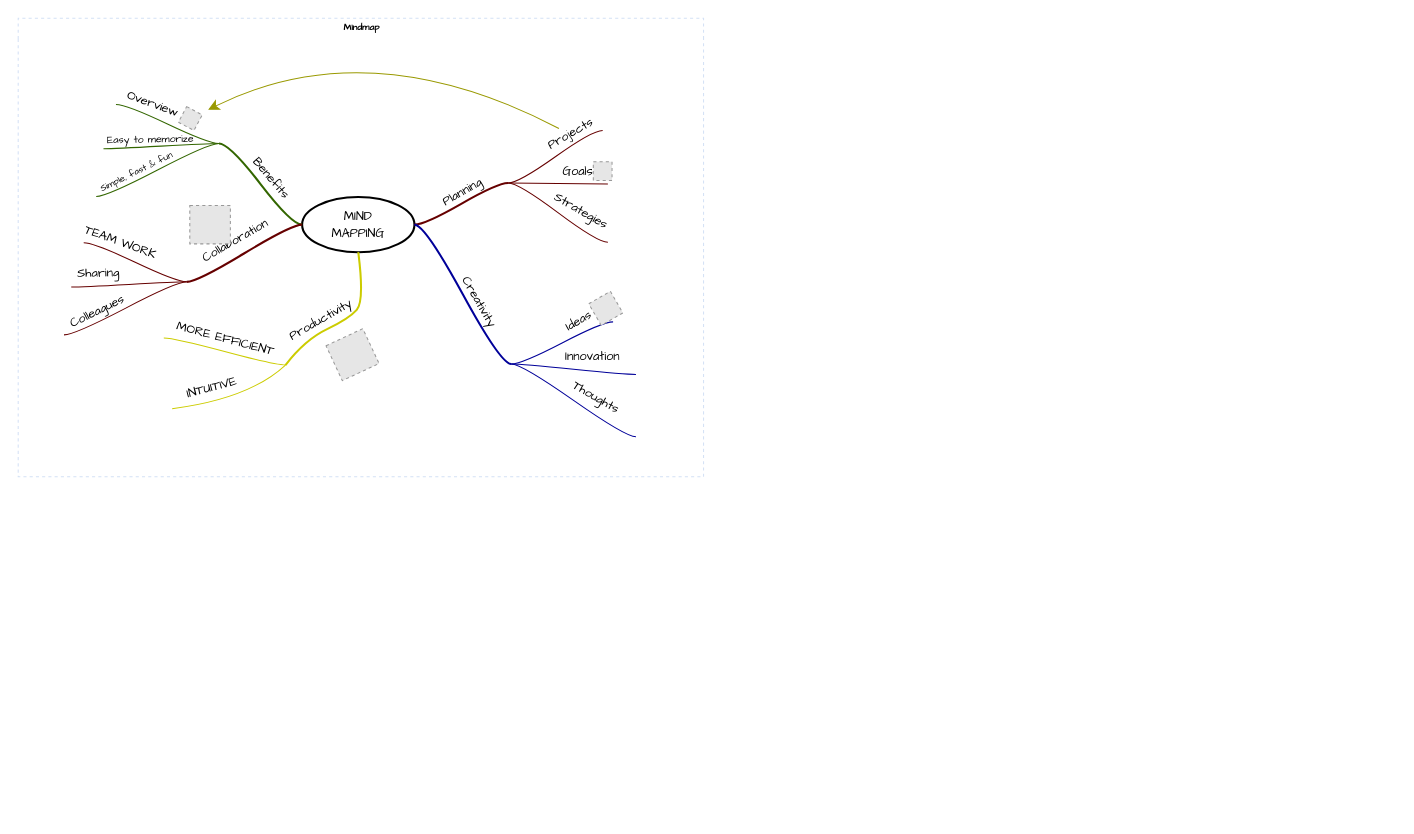
Above: 电商平台/未命名绘图.drawio in VergilMayCry/MindResource (draw.io), before the change. Source tidied: cells renumbered, new cells numbered last; positions are measured from the earlier drawing's top-left corner, leaving out a move shared by most shapes. Both pictures are drawn from the tidied source at 104%, with x=0, y=0 at pixel (18, 18). Pictures stored in the file or linked from it are replaced by grey dashed boxes.
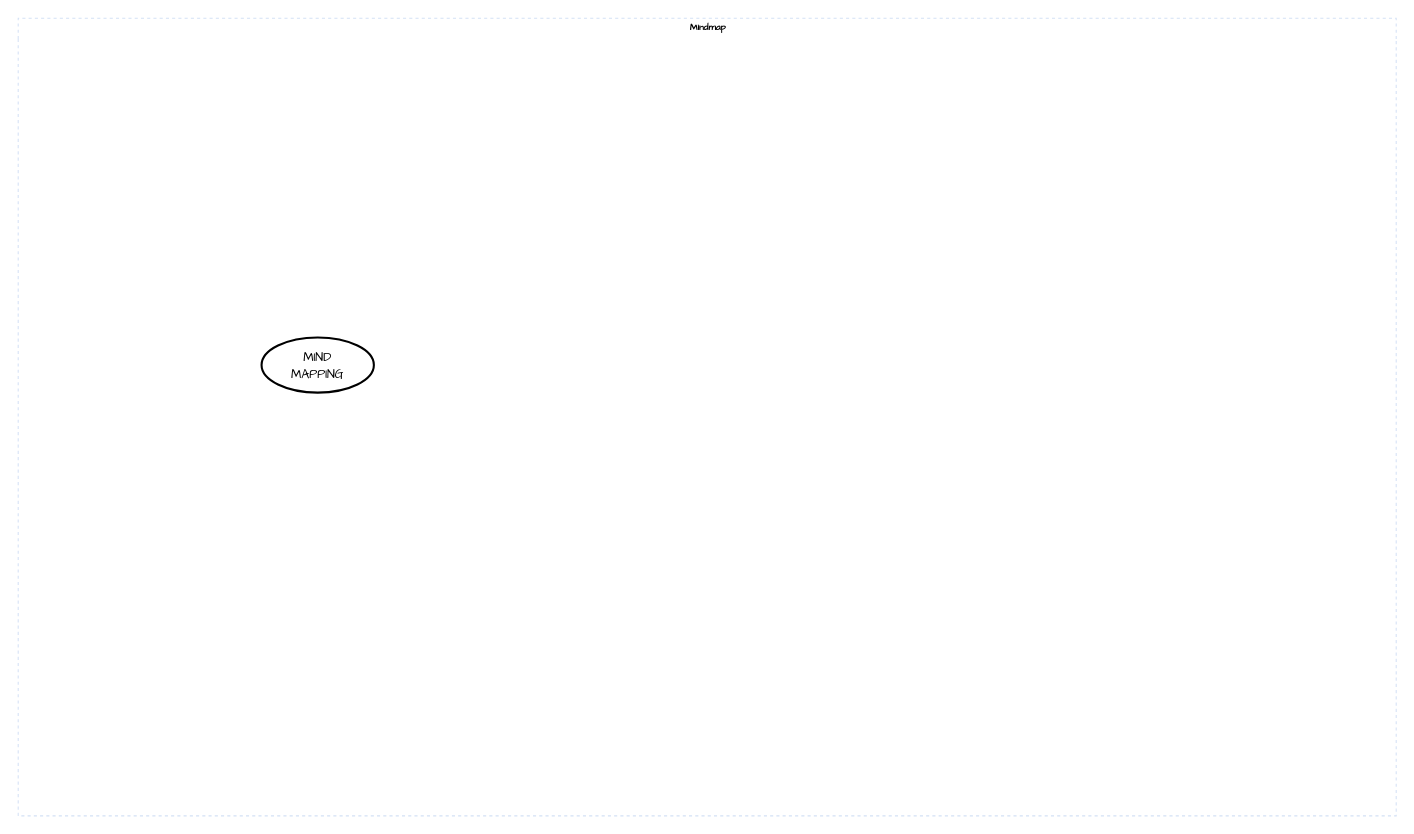
The same diagram, later.

Commit message:
更新未命名绘图.drawio

Diff of the diagram source:
```diff
@@
     <mxCell id="2" value="Mindmap" style="swimlane;html=1;startSize=20;horizontal=1;containerType=tree;labelBackgroundColor=none;strokeColor=#D4E1F5;strokeWidth=1;fillColor=none;fontFamily=Comic Sans MS;fontSize=9;swimlaneLine=0;dashed=1;" parent="1" vertex="1">
-      <mxGeometry width="659" height="441" as="geometry" />
+      <mxGeometry width="1325" height="767" as="geometry" />
     </mxCell>
     <mxCell id="3" value="&lt;font face=&quot;Comic Sans MS&quot;&gt;MIND&lt;br&gt;MAPPING&lt;/font&gt;" style="ellipse;whiteSpace=wrap;html=1;align=center;strokeWidth=2;" parent="2" vertex="1">
-      <mxGeometry x="273" y="172" width="108" height="53" as="geometry" />
+      <mxGeometry x="234" y="307" width="108" height="53" as="geometry" />
     </mxCell>
-    <mxCell id="4" style="whiteSpace=wrap;html=1;rounded=1;arcSize=50;align=center;verticalAlign=middle;strokeWidth=1;spacing=4;" parent="2" vertex="1">
-      <mxGeometry x="471" y="158" height="1" as="geometry" />
-    </mxCell>
-    <mxCell id="5" style="edgeStyle=entityRelationEdgeStyle;startArrow=none;endArrow=none;segment=10;curved=1;strokeWidth=2;strokeColor=#660000;rounded=0;fontSize=12;startSize=8;endSize=8;" parent="2" edge="1" source="3" target="4">
-      <mxGeometry relative="1" as="geometry" />
-    </mxCell>
-    <mxCell id="6" value="Planning" style="text;html=1;align=center;verticalAlign=middle;labelBackgroundColor=none;rotation=-30;fontFamily=Comic Sans MS;" parent="5" vertex="1">
-      <mxGeometry x="0.02" y="2" relative="1" as="geometry">
-        <mxPoint x="1" y="-9" as="offset" />
-      </mxGeometry>
-    </mxCell>
-    <mxCell id="7" style="whiteSpace=wrap;html=1;rounded=1;arcSize=50;align=center;verticalAlign=middle;strokeWidth=1;spacing=4;" parent="2" vertex="1" collapsed="1">
-      <mxGeometry x="562" y="108" width="5" as="geometry" />
-    </mxCell>
-    <mxCell id="8" style="edgeStyle=entityRelationEdgeStyle;startArrow=none;endArrow=none;segment=10;curved=1;strokeColor=#660000;rounded=0;fontSize=12;startSize=8;endSize=8;" parent="2" edge="1" source="4" target="7">
-      <mxGeometry relative="1" as="geometry" />
-    </mxCell>
-    <mxCell id="9" value="Projects" style="text;html=1;points=[];align=center;verticalAlign=middle;labelBackgroundColor=none;fontFamily=Comic Sans MS;rotation=-30;" parent="8" vertex="1">
-      <mxGeometry x="0.26" relative="1" as="geometry">
-        <mxPoint x="3" y="-14" as="offset" />
-      </mxGeometry>
-    </mxCell>
-    <mxCell id="10" style="whiteSpace=wrap;html=1;rounded=1;arcSize=50;align=center;verticalAlign=middle;strokeWidth=1;spacing=4;" parent="2" vertex="1">
-      <mxGeometry x="567" y="159" height="1" as="geometry" />
-    </mxCell>
-    <mxCell id="11" style="edgeStyle=entityRelationEdgeStyle;startArrow=none;endArrow=none;segment=10;curved=1;strokeColor=#660000;rounded=0;fontSize=12;startSize=8;endSize=8;" parent="2" edge="1" source="4" target="10">
-      <mxGeometry relative="1" as="geometry" />
-    </mxCell>
-    <mxCell id="12" value="Goals" style="text;html=1;align=center;verticalAlign=middle;labelBackgroundColor=none;fontFamily=Comic Sans MS;rotation=0;" parent="11" vertex="1">
-      <mxGeometry x="-0.11" y="-1" relative="1" as="geometry">
-        <mxPoint x="24" y="-12" as="offset" />
-      </mxGeometry>
-    </mxCell>
-    <mxCell id="13" style="whiteSpace=wrap;html=1;rounded=1;arcSize=50;align=center;verticalAlign=middle;strokeWidth=1;spacing=4;" parent="2" vertex="1">
-      <mxGeometry x="567" y="215" height="1" as="geometry" />
-    </mxCell>
-    <mxCell id="14" style="edgeStyle=entityRelationEdgeStyle;startArrow=none;endArrow=none;segment=10;curved=1;strokeColor=#660000;rounded=0;fontSize=12;startSize=8;endSize=8;" parent="2" edge="1" source="4" target="13">
-      <mxGeometry relative="1" as="geometry" />
-    </mxCell>
-    <mxCell id="15" value="Strategies" style="text;html=1;align=center;verticalAlign=middle;labelBackgroundColor=none;fontFamily=Comic Sans MS;rotation=30;" parent="14" vertex="1">
-      <mxGeometry x="-0.11" y="-1" relative="1" as="geometry">
-        <mxPoint x="28" y="1" as="offset" />
-      </mxGeometry>
-    </mxCell>
-    <mxCell id="16" style="whiteSpace=wrap;html=1;rounded=1;arcSize=50;align=center;verticalAlign=middle;strokeWidth=1;spacing=4;" parent="2" vertex="1">
-      <mxGeometry x="474" y="332" height="1" as="geometry" />
-    </mxCell>
-    <mxCell id="17" style="edgeStyle=entityRelationEdgeStyle;startArrow=none;endArrow=none;segment=10;curved=1;strokeWidth=2;strokeColor=#000099;rounded=0;fontSize=12;startSize=8;endSize=8;" parent="2" edge="1" source="3" target="16">
-      <mxGeometry relative="1" as="geometry" />
-    </mxCell>
-    <mxCell id="18" value="Creativity" style="text;html=1;align=center;verticalAlign=middle;labelBackgroundColor=none;rotation=60;fontFamily=Comic Sans MS;" parent="17" vertex="1">
-      <mxGeometry x="0.02" y="2" relative="1" as="geometry">
-        <mxPoint x="13" y="6" as="offset" />
-      </mxGeometry>
-    </mxCell>
-    <mxCell id="19" style="whiteSpace=wrap;html=1;rounded=1;arcSize=50;align=center;verticalAlign=middle;strokeWidth=1;spacing=4;" parent="2" vertex="1">
-      <mxGeometry x="572" y="292" width="5" as="geometry" />
-    </mxCell>
-    <mxCell id="20" style="edgeStyle=entityRelationEdgeStyle;startArrow=none;endArrow=none;segment=10;curved=1;strokeColor=#000099;rounded=0;fontSize=12;startSize=8;endSize=8;" parent="2" edge="1" source="16" target="19">
-      <mxGeometry relative="1" as="geometry" />
-    </mxCell>
-    <mxCell id="21" value="Ideas" style="text;html=1;align=center;verticalAlign=middle;labelBackgroundColor=none;fontFamily=Comic Sans MS;rotation=-30;" parent="20" vertex="1">
-      <mxGeometry x="0.26" relative="1" as="geometry">
-        <mxPoint x="3" y="-14" as="offset" />
-      </mxGeometry>
-    </mxCell>
-    <mxCell id="22" style="whiteSpace=wrap;html=1;rounded=1;arcSize=50;align=center;verticalAlign=middle;strokeWidth=1;spacing=4;" parent="2" vertex="1">
-      <mxGeometry x="594" y="342" height="1" as="geometry" />
-    </mxCell>
-    <mxCell id="23" style="edgeStyle=entityRelationEdgeStyle;startArrow=none;endArrow=none;segment=10;curved=1;strokeColor=#000099;rounded=0;fontSize=12;startSize=8;endSize=8;" parent="2" edge="1" source="16" target="22">
-      <mxGeometry relative="1" as="geometry" />
-    </mxCell>
-    <mxCell id="24" value="Innovation" style="text;html=1;align=center;verticalAlign=middle;labelBackgroundColor=none;fontFamily=Comic Sans MS;rotation=0;" parent="23" vertex="1">
-      <mxGeometry x="-0.11" y="-1" relative="1" as="geometry">
-        <mxPoint x="24" y="-12" as="offset" />
-      </mxGeometry>
-    </mxCell>
-    <mxCell id="25" style="whiteSpace=wrap;html=1;rounded=1;arcSize=50;align=center;verticalAlign=middle;strokeWidth=1;spacing=4;" parent="2" vertex="1">
-      <mxGeometry x="594" y="402" height="1" as="geometry" />
-    </mxCell>
-    <mxCell id="26" style="edgeStyle=entityRelationEdgeStyle;startArrow=none;endArrow=none;segment=10;curved=1;strokeColor=#000099;rounded=0;fontSize=12;startSize=8;endSize=8;" parent="2" edge="1" source="16" target="25">
-      <mxGeometry relative="1" as="geometry" />
-    </mxCell>
-    <mxCell id="27" value="Thoughts" style="text;html=1;align=center;verticalAlign=middle;labelBackgroundColor=none;fontFamily=Comic Sans MS;rotation=30;" parent="26" vertex="1">
-      <mxGeometry x="-0.11" y="-1" relative="1" as="geometry">
-        <mxPoint x="28" y="1" as="offset" />
-      </mxGeometry>
-    </mxCell>
-    <mxCell id="28" style="fillColor=#E6E6E6;strokeColor=#999999;dashed=1;html=1;verticalAlign=top;verticalLabelPosition=bottom;labelBackgroundColor=#ffffff;fontFamily=Comic Sans MS;rotation=-30;" parent="2" vertex="1">
-      <mxGeometry x="553" y="267" width="24" height="24" as="geometry" />
-    </mxCell>
-    <mxCell id="29" style="edgeStyle=entityRelationEdgeStyle;jumpStyle=arc;html=1;endArrow=classicThin;endFill=1;jettySize=auto;strokeColor=none;strokeWidth=2;fontFamily=Comic Sans MS;rounded=0;fontSize=12;startSize=8;endSize=8;curved=1;" parent="2" edge="1" source="19" target="28">
-      <mxGeometry relative="1" as="geometry" />
-    </mxCell>
-    <mxCell id="30" style="fillColor=#E6E6E6;strokeColor=#999999;dashed=1;html=1;verticalAlign=top;verticalLabelPosition=bottom;labelBackgroundColor=#ffffff;fontFamily=Comic Sans MS;" parent="2" vertex="1">
-      <mxGeometry x="553" y="138" width="18" height="18" as="geometry" />
-    </mxCell>
-    <mxCell id="31" style="edgeStyle=entityRelationEdgeStyle;jumpStyle=arc;html=1;endArrow=classicThin;endFill=1;jettySize=auto;strokeColor=none;strokeWidth=2;fontFamily=Comic Sans MS;rounded=0;fontSize=12;startSize=8;endSize=8;curved=1;" parent="2" edge="1" source="10" target="30">
-      <mxGeometry relative="1" as="geometry" />
-    </mxCell>
-    <mxCell id="32" style="whiteSpace=wrap;html=1;rounded=1;arcSize=50;align=center;verticalAlign=middle;strokeWidth=1;spacing=4;" parent="2" vertex="1">
-      <mxGeometry x="193" y="120" height="1" as="geometry" />
-    </mxCell>
-    <mxCell id="33" style="edgeStyle=entityRelationEdgeStyle;startArrow=none;endArrow=none;segment=10;curved=1;strokeWidth=2;strokeColor=#336600;rounded=0;fontSize=12;startSize=8;endSize=8;" parent="2" edge="1" source="3" target="32">
-      <mxGeometry relative="1" as="geometry" />
-    </mxCell>
-    <mxCell id="34" value="Benefits" style="text;html=1;align=center;verticalAlign=middle;labelBackgroundColor=none;rotation=50;fontFamily=Comic Sans MS;" parent="33" vertex="1">
-      <mxGeometry x="0.02" y="2" relative="1" as="geometry">
-        <mxPoint x="12" y="-7" as="offset" />
-      </mxGeometry>
-    </mxCell>
-    <mxCell id="35" style="whiteSpace=wrap;html=1;rounded=1;arcSize=50;align=center;verticalAlign=middle;strokeWidth=1;spacing=4;" parent="2" vertex="1">
-      <mxGeometry x="75" y="171" height="1" as="geometry" />
-    </mxCell>
-    <mxCell id="36" style="edgeStyle=entityRelationEdgeStyle;startArrow=none;endArrow=none;segment=10;curved=1;strokeColor=#336600;rounded=0;fontSize=12;startSize=8;endSize=8;" parent="2" edge="1" source="32" target="35">
-      <mxGeometry relative="1" as="geometry" />
-    </mxCell>
-    <mxCell id="37" value="Simple, fast &amp;amp; fun" style="text;html=1;align=center;verticalAlign=middle;labelBackgroundColor=none;fontFamily=Comic Sans MS;rotation=-26;fontSize=9;" parent="36" vertex="1">
-      <mxGeometry x="-0.11" y="-1" relative="1" as="geometry">
-        <mxPoint x="-27" y="7" as="offset" />
-      </mxGeometry>
-    </mxCell>
-    <mxCell id="38" style="whiteSpace=wrap;html=1;rounded=1;arcSize=50;align=center;verticalAlign=middle;strokeWidth=1;spacing=4;" parent="2" vertex="1">
-      <mxGeometry x="82" y="125" height="1" as="geometry" />
-    </mxCell>
-    <mxCell id="39" style="edgeStyle=entityRelationEdgeStyle;startArrow=none;endArrow=none;segment=10;curved=1;strokeColor=#336600;rounded=0;fontSize=12;startSize=8;endSize=8;" parent="2" edge="1" source="32" target="38">
-      <mxGeometry relative="1" as="geometry" />
-    </mxCell>
-    <mxCell id="40" value="Easy to memorize" style="text;html=1;align=center;verticalAlign=middle;labelBackgroundColor=none;fontFamily=Comic Sans MS;rotation=-1;fontSize=10;" parent="39" vertex="1">
-      <mxGeometry x="-0.11" y="-1" relative="1" as="geometry">
-        <mxPoint x="-18" y="-6" as="offset" />
-      </mxGeometry>
-    </mxCell>
-    <mxCell id="41" style="whiteSpace=wrap;html=1;rounded=1;arcSize=50;align=center;verticalAlign=middle;strokeWidth=1;spacing=4;" parent="2" vertex="1" collapsed="1">
-      <mxGeometry x="89" y="83" width="5" as="geometry" />
-    </mxCell>
-    <mxCell id="42" style="edgeStyle=entityRelationEdgeStyle;startArrow=none;endArrow=none;segment=10;curved=1;strokeColor=#336600;rounded=0;fontSize=12;startSize=8;endSize=8;" parent="2" edge="1" source="32" target="41">
-      <mxGeometry relative="1" as="geometry" />
-    </mxCell>
-    <mxCell id="43" value="Overview" style="text;html=1;align=center;verticalAlign=middle;labelBackgroundColor=none;fontFamily=Comic Sans MS;rotation=20;" parent="42" vertex="1">
-      <mxGeometry x="0.26" relative="1" as="geometry">
-        <mxPoint x="-2" y="-13" as="offset" />
-      </mxGeometry>
-    </mxCell>
-    <mxCell id="44" style="fillColor=#E6E6E6;strokeColor=#999999;dashed=1;html=1;verticalAlign=top;verticalLabelPosition=bottom;labelBackgroundColor=#ffffff;fontFamily=Comic Sans MS;fontSize=10;rotation=28;" parent="2" vertex="1">
-      <mxGeometry x="157" y="88" width="17" height="17" as="geometry" />
-    </mxCell>
-    <mxCell id="45" style="endArrow=classic;html=1;curved=1;sourcePerimeterSpacing=10;strokeColor=#999900;targetPerimeterSpacing=7;rounded=0;fontSize=12;startSize=8;endSize=8;" parent="2" edge="1" source="9" target="44">
-      <mxGeometry relative="1" as="geometry">
-        <Array as="points">
-          <mxPoint x="338" y="11" />
-        </Array>
-      </mxGeometry>
-    </mxCell>
-    <mxCell id="46" style="jumpStyle=arc;html=1;endArrow=classicThin;endFill=1;jettySize=auto;strokeColor=none;strokeWidth=2;fontFamily=Comic Sans MS;fontSize=10;rounded=0;startSize=8;endSize=8;curved=1;" parent="2" edge="1" source="32" target="44">
-      <mxGeometry relative="1" as="geometry" />
+    <mxCell id="46" style="jumpStyle=arc;html=1;endArrow=classicThin;endFill=1;jettySize=auto;orthogonalLoop=1;strokeColor=none;strokeWidth=2;fontFamily=Comic Sans MS;fontSize=10;rounded=0;startSize=8;endSize=8;curved=1;" parent="2" edge="1">
+      <mxGeometry relative="1" as="geometry">
+        <mxPoint x="193" y="120.5" as="sourcePoint" />
+        <mxPoint x="172.1" y="102.2" as="targetPoint" />
+      </mxGeometry>
     </mxCell>
-    <mxCell id="47" style="whiteSpace=wrap;html=1;rounded=1;arcSize=50;align=center;verticalAlign=middle;strokeWidth=1;spacing=4;" parent="2" vertex="1">
-      <mxGeometry x="162" y="253" height="1" as="geometry" />
-    </mxCell>
-    <mxCell id="48" style="edgeStyle=entityRelationEdgeStyle;startArrow=none;endArrow=none;segment=10;curved=1;strokeWidth=2;strokeColor=#660000;rounded=0;fontSize=12;startSize=8;endSize=8;" parent="2" edge="1" source="3" target="47">
-      <mxGeometry relative="1" as="geometry" />
-    </mxCell>
-    <mxCell id="49" value="Collaboration" style="text;html=1;align=center;verticalAlign=middle;labelBackgroundColor=none;rotation=-30;fontFamily=Comic Sans MS;" parent="48" vertex="1">
-      <mxGeometry x="0.02" y="2" relative="1" as="geometry">
-        <mxPoint x="-10" y="-13" as="offset" />
-      </mxGeometry>
-    </mxCell>
-    <mxCell id="50" style="whiteSpace=wrap;html=1;rounded=1;arcSize=50;align=center;verticalAlign=middle;strokeWidth=1;spacing=4;" parent="2" vertex="1">
-      <mxGeometry x="44" y="304" height="1" as="geometry" />
-    </mxCell>
-    <mxCell id="51" style="edgeStyle=entityRelationEdgeStyle;startArrow=none;endArrow=none;segment=10;curved=1;strokeColor=#660000;rounded=0;fontSize=12;startSize=8;endSize=8;" parent="2" edge="1" source="47" target="50">
-      <mxGeometry relative="1" as="geometry" />
-    </mxCell>
-    <mxCell id="52" value="Colleagues" style="text;html=1;align=center;verticalAlign=middle;labelBackgroundColor=none;fontFamily=Comic Sans MS;rotation=-26;fontSize=12;" parent="51" vertex="1">
-      <mxGeometry x="-0.11" y="-1" relative="1" as="geometry">
-        <mxPoint x="-34" y="8" as="offset" />
-      </mxGeometry>
-    </mxCell>
-    <mxCell id="53" style="whiteSpace=wrap;html=1;rounded=1;arcSize=50;align=center;verticalAlign=middle;strokeWidth=1;spacing=4;" parent="2" vertex="1">
-      <mxGeometry x="51" y="258" height="1" as="geometry" />
-    </mxCell>
-    <mxCell id="54" style="edgeStyle=entityRelationEdgeStyle;startArrow=none;endArrow=none;segment=10;curved=1;strokeColor=#660000;rounded=0;fontSize=12;startSize=8;endSize=8;" parent="2" edge="1" source="47" target="53">
-      <mxGeometry relative="1" as="geometry" />
-    </mxCell>
-    <mxCell id="55" value="Sharing" style="text;html=1;align=center;verticalAlign=middle;labelBackgroundColor=none;fontFamily=Comic Sans MS;rotation=-1;fontSize=12;" parent="54" vertex="1">
-      <mxGeometry x="-0.11" y="-1" relative="1" as="geometry">
-        <mxPoint x="-37" y="-9" as="offset" />
-      </mxGeometry>
-    </mxCell>
-    <mxCell id="56" style="whiteSpace=wrap;html=1;rounded=1;arcSize=50;align=center;verticalAlign=middle;strokeWidth=1;spacing=4;" parent="2" vertex="1" collapsed="1">
-      <mxGeometry x="58" y="216" width="5" as="geometry" />
-    </mxCell>
-    <mxCell id="57" style="edgeStyle=entityRelationEdgeStyle;startArrow=none;endArrow=none;segment=10;curved=1;strokeColor=#660000;rounded=0;fontSize=12;startSize=8;endSize=8;" parent="2" edge="1" source="47" target="56">
-      <mxGeometry relative="1" as="geometry" />
-    </mxCell>
-    <mxCell id="58" value="TEAM WORK" style="text;html=1;align=center;verticalAlign=middle;labelBackgroundColor=none;fontFamily=Comic Sans MS;rotation=20;" parent="57" vertex="1">
-      <mxGeometry x="0.26" relative="1" as="geometry">
-        <mxPoint x="-2" y="-13" as="offset" />
-      </mxGeometry>
-    </mxCell>
-    <mxCell id="59" style="fillColor=#E6E6E6;strokeColor=#999999;dashed=1;html=1;verticalAlign=top;verticalLabelPosition=bottom;labelBackgroundColor=#ffffff;fontFamily=Comic Sans MS;fontSize=12;fontColor=#000000;align=center;" parent="2" vertex="1">
-      <mxGeometry x="165" y="180" width="39" height="37" as="geometry" />
-    </mxCell>
-    <mxCell id="60" style="edgeStyle=none;jumpStyle=arc;html=1;entryX=0.5;entryY=1;entryPerimeter=0;endArrow=classicThin;endFill=1;jettySize=auto;strokeColor=none;strokeWidth=2;fontFamily=Comic Sans MS;fontSize=12;rounded=0;startSize=8;endSize=8;curved=1;" parent="2" edge="1" source="47" target="59">
-      <mxGeometry relative="1" as="geometry" />
-    </mxCell>
-    <mxCell id="61" style="whiteSpace=wrap;html=1;rounded=1;arcSize=50;align=center;verticalAlign=middle;strokeWidth=1;spacing=4;" parent="2" vertex="1">
-      <mxGeometry x="257" y="333" height="1" as="geometry" />
-    </mxCell>
-    <mxCell id="62" style="startArrow=none;endArrow=none;segment=10;strokeWidth=2;strokeColor=#CCCC00;exitX=0.5;exitY=1;curved=1;rounded=0;fontSize=12;startSize=8;endSize=8;" parent="2" edge="1" source="3" target="61">
-      <mxGeometry relative="1" as="geometry">
-        <Array as="points">
-          <mxPoint x="333" y="272" />
-          <mxPoint x="318" y="289" />
-          <mxPoint x="276" y="309" />
-        </Array>
-      </mxGeometry>
-    </mxCell>
-    <mxCell id="63" value="Productivity" style="text;html=1;align=center;verticalAlign=middle;labelBackgroundColor=none;rotation=-30;fontFamily=Comic Sans MS;" parent="62" vertex="1">
-      <mxGeometry x="0.02" y="2" relative="1" as="geometry">
-        <mxPoint x="-24" y="-2" as="offset" />
-      </mxGeometry>
-    </mxCell>
-    <mxCell id="64" style="whiteSpace=wrap;html=1;rounded=1;arcSize=50;align=center;verticalAlign=middle;strokeWidth=1;spacing=4;" parent="2" vertex="1">
-      <mxGeometry x="148" y="375" height="1" as="geometry" />
-    </mxCell>
-    <mxCell id="65" style="startArrow=none;endArrow=none;segment=10;strokeColor=#CCCC00;curved=1;rounded=0;fontSize=12;startSize=8;endSize=8;" parent="2" edge="1" source="61" target="64">
-      <mxGeometry relative="1" as="geometry">
-        <Array as="points">
-          <mxPoint x="222" y="366" />
-        </Array>
-      </mxGeometry>
-    </mxCell>
-    <mxCell id="66" value="INTUITIVE" style="text;html=1;align=center;verticalAlign=middle;labelBackgroundColor=none;fontFamily=Comic Sans MS;rotation=-15;fontSize=12;" parent="65" vertex="1">
-      <mxGeometry x="-0.11" y="-1" relative="1" as="geometry">
-        <mxPoint x="-30" y="-10" as="offset" />
-      </mxGeometry>
-    </mxCell>
-    <mxCell id="67" style="whiteSpace=wrap;html=1;rounded=1;arcSize=50;align=center;verticalAlign=middle;strokeWidth=1;spacing=4;" parent="2" vertex="1">
-      <mxGeometry x="140" y="307" height="1" as="geometry" />
-    </mxCell>
-    <mxCell id="68" style="edgeStyle=entityRelationEdgeStyle;startArrow=none;endArrow=none;segment=10;curved=1;strokeColor=#CCCC00;rounded=0;fontSize=12;startSize=8;endSize=8;" parent="2" edge="1" source="61" target="67">
-      <mxGeometry relative="1" as="geometry" />
-    </mxCell>
-    <mxCell id="69" value="MORE EFFICIENT" style="text;html=1;align=center;verticalAlign=middle;labelBackgroundColor=none;fontFamily=Comic Sans MS;rotation=15;fontSize=12;" parent="68" vertex="1">
-      <mxGeometry x="-0.11" y="-1" relative="1" as="geometry">
-        <mxPoint x="-6" y="-13" as="offset" />
-      </mxGeometry>
-    </mxCell>
-    <mxCell id="70" style="fillColor=#E6E6E6;strokeColor=#999999;dashed=1;html=1;verticalAlign=top;verticalLabelPosition=bottom;labelBackgroundColor=#ffffff;fontFamily=Comic Sans MS;fontSize=12;fontColor=#000000;align=center;rotation=-25;" parent="2" vertex="1">
-      <mxGeometry x="302" y="305" width="39" height="37" as="geometry" />
-    </mxCell>
-    <mxCell id="71" style="edgeStyle=none;jumpStyle=arc;html=1;entryX=0.5;entryY=1;entryPerimeter=0;endArrow=classicThin;endFill=1;jettySize=auto;strokeColor=none;strokeWidth=2;fontFamily=Comic Sans MS;fontSize=12;rounded=0;startSize=8;endSize=8;curved=1;" parent="2" edge="1" source="61" target="70">
-      <mxGeometry relative="1" as="geometry" />
-    </mxCell>
```
